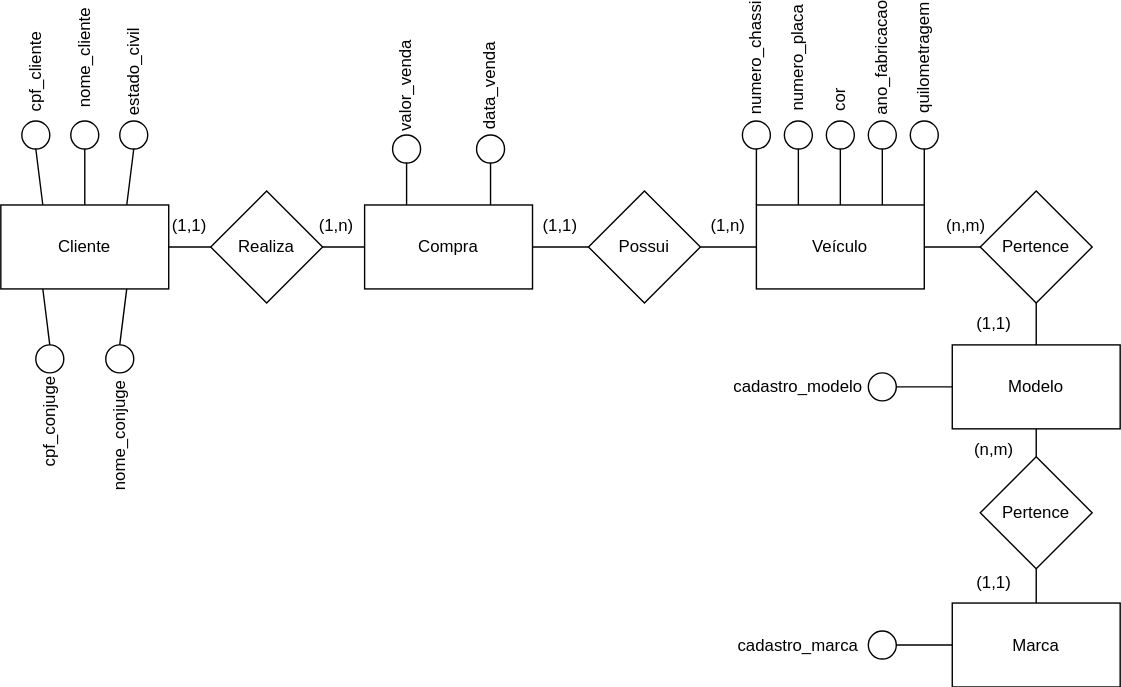
This is Lista2_04-04/Ex1.svg from andreeeeeeeee/Engenharia_Software, a draw.io export, as it was before one commit. Source tidied: cells renumbered, new cells last; positions are measured from the earlier drawing's top-left corner, leaving out a move shared by most shapes. Source of this version:
```xml
<mxGraphModel>
  <root>
    <mxCell id="0" />
    <mxCell id="1" parent="0" />
    <mxCell id="2" value="&lt;div&gt;Veículo&lt;/div&gt;" style="rounded=0;whiteSpace=wrap;html=1;" parent="1" vertex="1">
      <mxGeometry x="545" y="120" width="120" height="60" as="geometry" />
    </mxCell>
    <mxCell id="3" value="Pertence" style="rhombus;whiteSpace=wrap;html=1;" parent="1" vertex="1">
      <mxGeometry x="705" y="110" width="80" height="80" as="geometry" />
    </mxCell>
    <mxCell id="4" value="Marca" style="rounded=0;whiteSpace=wrap;html=1;" parent="1" vertex="1">
      <mxGeometry x="685" y="404.5" width="120" height="60" as="geometry" />
    </mxCell>
    <mxCell id="5" value="Pertence" style="rhombus;whiteSpace=wrap;html=1;" parent="1" vertex="1">
      <mxGeometry x="705" y="300" width="80" height="80" as="geometry" />
    </mxCell>
    <mxCell id="6" value="Modelo" style="rounded=0;whiteSpace=wrap;html=1;" parent="1" vertex="1">
      <mxGeometry x="685" y="220" width="120" height="60" as="geometry" />
    </mxCell>
    <mxCell id="7" style="endArrow=none;html=1;rounded=0;entryX=0;entryY=0.5;entryDx=0;entryDy=0;" parent="1" edge="1" target="3">
      <mxGeometry relative="1" as="geometry">
        <mxPoint x="665" y="150" as="sourcePoint" />
      </mxGeometry>
    </mxCell>
    <mxCell id="8" style="endArrow=none;html=1;rounded=0;exitX=0.5;exitY=0;exitDx=0;exitDy=0;" parent="1" edge="1" source="4">
      <mxGeometry relative="1" as="geometry">
        <mxPoint x="745" y="380" as="targetPoint" />
      </mxGeometry>
    </mxCell>
    <mxCell id="9" style="endArrow=none;html=1;rounded=0;exitX=0.5;exitY=0;exitDx=0;exitDy=0;entryX=0.5;entryY=1;entryDx=0;entryDy=0;" parent="1" edge="1" source="5" target="6">
      <mxGeometry relative="1" as="geometry" />
    </mxCell>
    <mxCell id="10" value="Cliente" style="rounded=0;whiteSpace=wrap;html=1;" parent="1" vertex="1">
      <mxGeometry x="5" y="120" width="120" height="60" as="geometry" />
    </mxCell>
    <mxCell id="11" style="endArrow=none;html=1;rounded=0;exitX=1;exitY=0.5;exitDx=0;exitDy=0;entryX=0;entryY=0.5;entryDx=0;entryDy=0;" parent="1" edge="1" source="10">
      <mxGeometry relative="1" as="geometry">
        <mxPoint x="185" y="150" as="targetPoint" />
      </mxGeometry>
    </mxCell>
    <mxCell id="12" value="Realiza" style="rhombus;whiteSpace=wrap;html=1;" parent="1" vertex="1">
      <mxGeometry x="155" y="110" width="80" height="80" as="geometry" />
    </mxCell>
    <mxCell id="13" value="Compra" style="rounded=0;whiteSpace=wrap;html=1;" parent="1" vertex="1">
      <mxGeometry x="265" y="120" width="120" height="60" as="geometry" />
    </mxCell>
    <mxCell id="14" style="endArrow=none;html=1;rounded=0;exitX=1;exitY=0.5;exitDx=0;exitDy=0;entryX=0;entryY=0.5;entryDx=0;entryDy=0;" parent="1" edge="1" source="12" target="13">
      <mxGeometry relative="1" as="geometry" />
    </mxCell>
    <mxCell id="15" value="Possui" style="rhombus;whiteSpace=wrap;html=1;" parent="1" vertex="1">
      <mxGeometry x="425" y="110" width="80" height="80" as="geometry" />
    </mxCell>
    <mxCell id="16" style="endArrow=none;html=1;rounded=0;exitX=1;exitY=0.5;exitDx=0;exitDy=0;entryX=0;entryY=0.5;entryDx=0;entryDy=0;" parent="1" edge="1" source="13" target="15">
      <mxGeometry relative="1" as="geometry" />
    </mxCell>
    <mxCell id="17" style="endArrow=none;html=1;rounded=0;exitX=1;exitY=0.5;exitDx=0;exitDy=0;entryX=0;entryY=0.5;entryDx=0;entryDy=0;" parent="1" edge="1" source="15" target="2">
      <mxGeometry relative="1" as="geometry" />
    </mxCell>
    <mxCell id="18" style="endArrow=none;html=1;rounded=0;entryX=0.5;entryY=1;entryDx=0;entryDy=0;exitX=0.5;exitY=0;exitDx=0;exitDy=0;" parent="1" edge="1" source="6" target="3">
      <mxGeometry relative="1" as="geometry" />
    </mxCell>
    <mxCell id="19" style="ellipse;whiteSpace=wrap;html=1;" parent="1" vertex="1">
      <mxGeometry x="535" y="60" width="20" height="20" as="geometry" />
    </mxCell>
    <mxCell id="20" style="ellipse;whiteSpace=wrap;html=1;" parent="1" vertex="1">
      <mxGeometry x="565" y="60" width="20" height="20" as="geometry" />
    </mxCell>
    <mxCell id="21" style="ellipse;whiteSpace=wrap;html=1;" parent="1" vertex="1">
      <mxGeometry x="595" y="60" width="20" height="20" as="geometry" />
    </mxCell>
    <mxCell id="22" style="ellipse;whiteSpace=wrap;html=1;" parent="1" vertex="1">
      <mxGeometry x="625" y="60" width="20" height="20" as="geometry" />
    </mxCell>
    <mxCell id="23" style="ellipse;whiteSpace=wrap;html=1;" parent="1" vertex="1">
      <mxGeometry x="655" y="60" width="20" height="20" as="geometry" />
    </mxCell>
    <mxCell id="24" value="numero_chassi" style="text;html=1;strokeColor=none;fillColor=none;align=center;verticalAlign=middle;whiteSpace=wrap;rounded=0;rotation=-90;" parent="1" vertex="1">
      <mxGeometry x="515" width="60" height="30" as="geometry" />
    </mxCell>
    <mxCell id="25" value="&lt;div&gt;numero_placa&lt;/div&gt;" style="text;html=1;strokeColor=none;fillColor=none;align=center;verticalAlign=middle;whiteSpace=wrap;rounded=0;rotation=-90;" parent="1" vertex="1">
      <mxGeometry x="545" width="60" height="30" as="geometry" />
    </mxCell>
    <mxCell id="26" value="cor" style="text;html=1;strokeColor=none;fillColor=none;align=center;verticalAlign=middle;whiteSpace=wrap;rounded=0;rotation=-90;" parent="1" vertex="1">
      <mxGeometry x="575" y="30" width="60" height="30" as="geometry" />
    </mxCell>
    <mxCell id="27" value="ano_fabricacao" style="text;html=1;strokeColor=none;fillColor=none;align=center;verticalAlign=middle;whiteSpace=wrap;rounded=0;rotation=-90;" parent="1" vertex="1">
      <mxGeometry x="605" width="60" height="30" as="geometry" />
    </mxCell>
    <mxCell id="28" value="quilometragem" style="text;html=1;strokeColor=none;fillColor=none;align=center;verticalAlign=middle;whiteSpace=wrap;rounded=0;rotation=-90;" parent="1" vertex="1">
      <mxGeometry x="635" width="60" height="30" as="geometry" />
    </mxCell>
    <mxCell id="29" style="endArrow=none;html=1;rounded=0;entryX=0.5;entryY=1;entryDx=0;entryDy=0;" parent="1" edge="1" target="19">
      <mxGeometry relative="1" as="geometry">
        <mxPoint x="545" y="120" as="sourcePoint" />
        <Array as="points">
          <mxPoint x="545" y="120" />
          <mxPoint x="545" y="100" />
        </Array>
      </mxGeometry>
    </mxCell>
    <mxCell id="30" style="endArrow=none;html=1;rounded=0;entryX=0.5;entryY=1;entryDx=0;entryDy=0;exitX=0.25;exitY=0;exitDx=0;exitDy=0;" parent="1" edge="1" source="2" target="20">
      <mxGeometry relative="1" as="geometry">
        <Array as="points">
          <mxPoint x="575" y="100" />
        </Array>
      </mxGeometry>
    </mxCell>
    <mxCell id="31" style="endArrow=none;html=1;rounded=0;exitX=0.5;exitY=0;exitDx=0;exitDy=0;" parent="1" edge="1" source="2">
      <mxGeometry relative="1" as="geometry">
        <mxPoint x="605" y="80" as="targetPoint" />
      </mxGeometry>
    </mxCell>
    <mxCell id="32" style="endArrow=none;html=1;rounded=0;exitX=0.75;exitY=0;exitDx=0;exitDy=0;entryX=0.5;entryY=1;entryDx=0;entryDy=0;" parent="1" edge="1" source="2" target="22">
      <mxGeometry relative="1" as="geometry">
        <Array as="points">
          <mxPoint x="635" y="100" />
        </Array>
      </mxGeometry>
    </mxCell>
    <mxCell id="33" style="endArrow=none;html=1;rounded=0;exitX=1;exitY=0;exitDx=0;exitDy=0;entryX=0.5;entryY=1;entryDx=0;entryDy=0;" parent="1" edge="1" source="2" target="23">
      <mxGeometry relative="1" as="geometry">
        <Array as="points">
          <mxPoint x="665" y="100" />
        </Array>
      </mxGeometry>
    </mxCell>
    <mxCell id="34" style="ellipse;whiteSpace=wrap;html=1;" parent="1" vertex="1">
      <mxGeometry x="285" y="70" width="20" height="20" as="geometry" />
    </mxCell>
    <mxCell id="35" style="ellipse;whiteSpace=wrap;html=1;" parent="1" vertex="1">
      <mxGeometry x="345" y="70" width="20" height="20" as="geometry" />
    </mxCell>
    <mxCell id="36" value="valor_venda" style="text;html=1;strokeColor=none;fillColor=none;align=center;verticalAlign=middle;whiteSpace=wrap;rounded=0;rotation=270;" parent="1" vertex="1">
      <mxGeometry x="265" y="20" width="60" height="30" as="geometry" />
    </mxCell>
    <mxCell id="37" value="data_venda" style="text;html=1;strokeColor=none;fillColor=none;align=center;verticalAlign=middle;whiteSpace=wrap;rounded=0;rotation=-90;" parent="1" vertex="1">
      <mxGeometry x="325" y="20" width="60" height="30" as="geometry" />
    </mxCell>
    <mxCell id="38" style="endArrow=none;html=1;rounded=0;entryX=0.5;entryY=1;entryDx=0;entryDy=0;exitX=0.25;exitY=0;exitDx=0;exitDy=0;" parent="1" edge="1" source="13" target="34">
      <mxGeometry relative="1" as="geometry" />
    </mxCell>
    <mxCell id="39" style="endArrow=none;html=1;rounded=0;entryX=0.5;entryY=1;entryDx=0;entryDy=0;exitX=0.75;exitY=0;exitDx=0;exitDy=0;" parent="1" edge="1" source="13" target="35">
      <mxGeometry relative="1" as="geometry" />
    </mxCell>
    <mxCell id="40" style="ellipse;whiteSpace=wrap;html=1;" parent="1" vertex="1">
      <mxGeometry x="625" y="240" width="20" height="20" as="geometry" />
    </mxCell>
    <mxCell id="41" value="cadastro_modelo" style="text;html=1;strokeColor=none;fillColor=none;align=center;verticalAlign=middle;whiteSpace=wrap;rounded=0;" parent="1" vertex="1">
      <mxGeometry x="545" y="235" width="60" height="30" as="geometry" />
    </mxCell>
    <mxCell id="42" style="endArrow=none;html=1;rounded=0;exitX=1;exitY=0.5;exitDx=0;exitDy=0;entryX=0;entryY=0.5;entryDx=0;entryDy=0;" parent="1" edge="1" source="40" target="6">
      <mxGeometry relative="1" as="geometry" />
    </mxCell>
    <mxCell id="43" style="ellipse;whiteSpace=wrap;html=1;" parent="1" vertex="1">
      <mxGeometry x="625" y="424.5" width="20" height="20" as="geometry" />
    </mxCell>
    <mxCell id="44" value="cadastro_marca" style="text;html=1;strokeColor=none;fillColor=none;align=center;verticalAlign=middle;whiteSpace=wrap;rounded=0;" parent="1" vertex="1">
      <mxGeometry x="545" y="419.5" width="60" height="30" as="geometry" />
    </mxCell>
    <mxCell id="45" style="endArrow=none;html=1;rounded=0;exitX=1;exitY=0.5;exitDx=0;exitDy=0;entryX=0;entryY=0.5;entryDx=0;entryDy=0;" parent="1" edge="1" source="43" target="4">
      <mxGeometry relative="1" as="geometry" />
    </mxCell>
    <mxCell id="46" style="ellipse;whiteSpace=wrap;html=1;" parent="1" vertex="1">
      <mxGeometry x="20" y="60" width="20" height="20" as="geometry" />
    </mxCell>
    <mxCell id="47" style="ellipse;whiteSpace=wrap;html=1;" parent="1" vertex="1">
      <mxGeometry x="55" y="60" width="20" height="20" as="geometry" />
    </mxCell>
    <mxCell id="48" style="ellipse;whiteSpace=wrap;html=1;" parent="1" vertex="1">
      <mxGeometry x="90" y="60" width="20" height="20" as="geometry" />
    </mxCell>
    <mxCell id="49" style="ellipse;whiteSpace=wrap;html=1;" parent="1" vertex="1">
      <mxGeometry x="30" y="220" width="20" height="20" as="geometry" />
    </mxCell>
    <mxCell id="50" style="ellipse;whiteSpace=wrap;html=1;" parent="1" vertex="1">
      <mxGeometry x="80" y="220" width="20" height="20" as="geometry" />
    </mxCell>
    <mxCell id="51" value="cpf_cliente" style="text;html=1;strokeColor=none;fillColor=none;align=center;verticalAlign=middle;whiteSpace=wrap;rounded=0;rotation=-90;" parent="1" vertex="1">
      <mxGeometry y="10" width="60" height="30" as="geometry" />
    </mxCell>
    <mxCell id="52" value="nome_cliente" style="text;html=1;strokeColor=none;fillColor=none;align=center;verticalAlign=middle;whiteSpace=wrap;rounded=0;rotation=-90;" parent="1" vertex="1">
      <mxGeometry x="35" width="60" height="30" as="geometry" />
    </mxCell>
    <mxCell id="53" value="estado_civil" style="text;html=1;strokeColor=none;fillColor=none;align=center;verticalAlign=middle;whiteSpace=wrap;rounded=0;rotation=-90;" parent="1" vertex="1">
      <mxGeometry x="70" y="10" width="60" height="30" as="geometry" />
    </mxCell>
    <mxCell id="54" style="endArrow=none;html=1;rounded=0;entryX=0.25;entryY=1;entryDx=0;entryDy=0;exitX=0.5;exitY=0;exitDx=0;exitDy=0;" parent="1" edge="1" source="49" target="10">
      <mxGeometry relative="1" as="geometry" />
    </mxCell>
    <mxCell id="55" style="endArrow=none;html=1;rounded=0;entryX=0.75;entryY=1;entryDx=0;entryDy=0;exitX=0.5;exitY=0;exitDx=0;exitDy=0;" parent="1" edge="1" source="50" target="10">
      <mxGeometry relative="1" as="geometry" />
    </mxCell>
    <mxCell id="56" style="endArrow=none;html=1;rounded=0;entryX=0.5;entryY=1;entryDx=0;entryDy=0;exitX=0.25;exitY=0;exitDx=0;exitDy=0;" parent="1" edge="1" source="10" target="46">
      <mxGeometry relative="1" as="geometry" />
    </mxCell>
    <mxCell id="57" style="endArrow=none;html=1;rounded=0;entryX=0.5;entryY=1;entryDx=0;entryDy=0;exitX=0.5;exitY=0;exitDx=0;exitDy=0;" parent="1" edge="1" source="10" target="47">
      <mxGeometry relative="1" as="geometry" />
    </mxCell>
    <mxCell id="58" style="endArrow=none;html=1;rounded=0;entryX=0.5;entryY=1;entryDx=0;entryDy=0;exitX=0.75;exitY=0;exitDx=0;exitDy=0;" parent="1" edge="1" source="10" target="48">
      <mxGeometry relative="1" as="geometry" />
    </mxCell>
    <mxCell id="59" value="cpf_conjuge" style="text;html=1;strokeColor=none;fillColor=none;align=center;verticalAlign=middle;whiteSpace=wrap;rounded=0;rotation=-90;" parent="1" vertex="1">
      <mxGeometry x="10" y="260" width="60" height="30" as="geometry" />
    </mxCell>
    <mxCell id="60" value="nome_conjuge" style="text;html=1;strokeColor=none;fillColor=none;align=center;verticalAlign=middle;whiteSpace=wrap;rounded=0;rotation=-90;" parent="1" vertex="1">
      <mxGeometry x="60" y="270" width="60" height="30" as="geometry" />
    </mxCell>
    <mxCell id="61" value="(1,1)" style="text;html=1;strokeColor=none;fillColor=none;align=center;verticalAlign=middle;whiteSpace=wrap;rounded=0;" parent="1" vertex="1">
      <mxGeometry x="110" y="120" width="60" height="30" as="geometry" />
    </mxCell>
    <mxCell id="62" value="(1,n)" style="text;html=1;strokeColor=none;fillColor=none;align=center;verticalAlign=middle;whiteSpace=wrap;rounded=0;" parent="1" vertex="1">
      <mxGeometry x="215" y="120" width="60" height="30" as="geometry" />
    </mxCell>
    <mxCell id="63" value="(1,1)" style="text;html=1;strokeColor=none;fillColor=none;align=center;verticalAlign=middle;whiteSpace=wrap;rounded=0;" parent="1" vertex="1">
      <mxGeometry x="375" y="120" width="60" height="30" as="geometry" />
    </mxCell>
    <mxCell id="64" value="(1,n)" style="text;html=1;strokeColor=none;fillColor=none;align=center;verticalAlign=middle;whiteSpace=wrap;rounded=0;" parent="1" vertex="1">
      <mxGeometry x="495" y="120" width="60" height="30" as="geometry" />
    </mxCell>
    <mxCell id="65" value="(n,m)" style="text;html=1;strokeColor=none;fillColor=none;align=center;verticalAlign=middle;whiteSpace=wrap;rounded=0;" parent="1" vertex="1">
      <mxGeometry x="665" y="120" width="60" height="30" as="geometry" />
    </mxCell>
    <mxCell id="66" value="&lt;div&gt;(1,1)&lt;/div&gt;" style="text;html=1;strokeColor=none;fillColor=none;align=center;verticalAlign=middle;whiteSpace=wrap;rounded=0;" parent="1" vertex="1">
      <mxGeometry x="685" y="190" width="60" height="30" as="geometry" />
    </mxCell>
    <mxCell id="67" value="(n,m)" style="text;html=1;strokeColor=none;fillColor=none;align=center;verticalAlign=middle;whiteSpace=wrap;rounded=0;" parent="1" vertex="1">
      <mxGeometry x="685" y="280" width="60" height="30" as="geometry" />
    </mxCell>
    <mxCell id="68" value="(1,1)" style="text;html=1;strokeColor=none;fillColor=none;align=center;verticalAlign=middle;whiteSpace=wrap;rounded=0;" parent="1" vertex="1">
      <mxGeometry x="685" y="375" width="60" height="30" as="geometry" />
    </mxCell>
  </root>
</mxGraphModel>
```
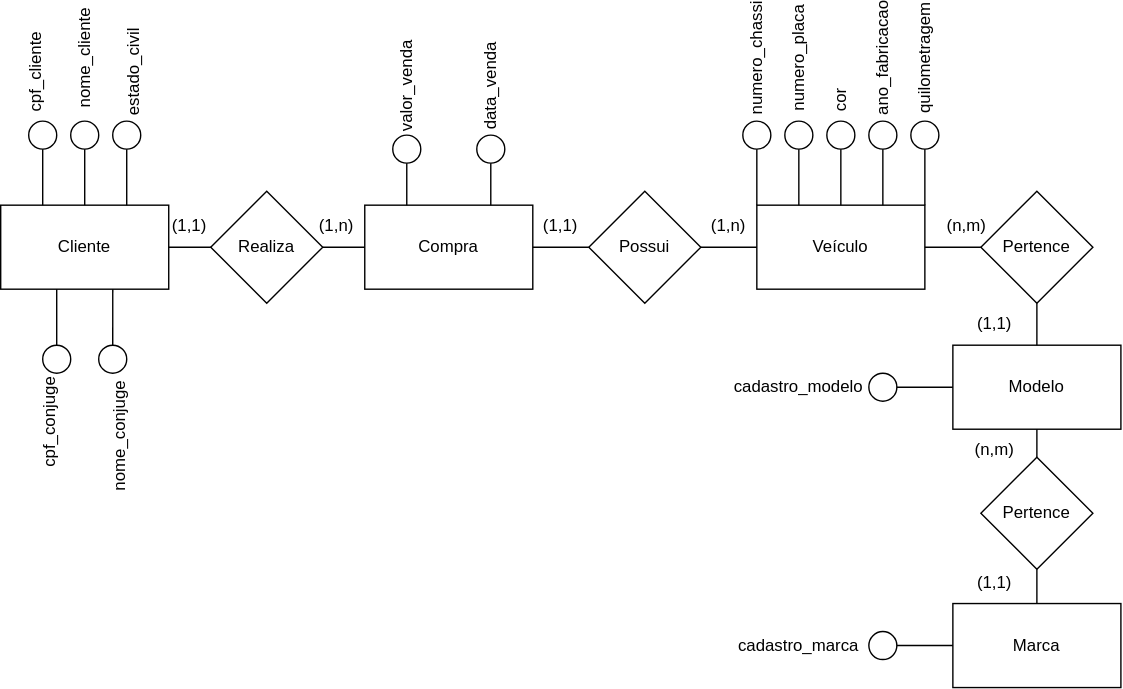
After the change.

What changed in the source:
```diff
@@ -161,19 +161,19 @@
       <mxGeometry relative="1" as="geometry" />
     </mxCell>
     <mxCell id="46" style="ellipse;whiteSpace=wrap;html=1;" parent="1" vertex="1">
-      <mxGeometry x="20" y="60" width="20" height="20" as="geometry" />
+      <mxGeometry x="25" y="60" width="20" height="20" as="geometry" />
     </mxCell>
     <mxCell id="47" style="ellipse;whiteSpace=wrap;html=1;" parent="1" vertex="1">
       <mxGeometry x="55" y="60" width="20" height="20" as="geometry" />
     </mxCell>
     <mxCell id="48" style="ellipse;whiteSpace=wrap;html=1;" parent="1" vertex="1">
-      <mxGeometry x="90" y="60" width="20" height="20" as="geometry" />
+      <mxGeometry x="85" y="60" width="20" height="20" as="geometry" />
     </mxCell>
     <mxCell id="49" style="ellipse;whiteSpace=wrap;html=1;" parent="1" vertex="1">
-      <mxGeometry x="30" y="220" width="20" height="20" as="geometry" />
+      <mxGeometry x="35" y="220" width="20" height="20" as="geometry" />
     </mxCell>
     <mxCell id="50" style="ellipse;whiteSpace=wrap;html=1;" parent="1" vertex="1">
-      <mxGeometry x="80" y="220" width="20" height="20" as="geometry" />
+      <mxGeometry x="75" y="220" width="20" height="20" as="geometry" />
     </mxCell>
     <mxCell id="51" value="cpf_cliente" style="text;html=1;strokeColor=none;fillColor=none;align=center;verticalAlign=middle;whiteSpace=wrap;rounded=0;rotation=-90;" parent="1" vertex="1">
       <mxGeometry y="10" width="60" height="30" as="geometry" />
@@ -184,10 +184,12 @@
     <mxCell id="53" value="estado_civil" style="text;html=1;strokeColor=none;fillColor=none;align=center;verticalAlign=middle;whiteSpace=wrap;rounded=0;rotation=-90;" parent="1" vertex="1">
       <mxGeometry x="70" y="10" width="60" height="30" as="geometry" />
     </mxCell>
-    <mxCell id="54" style="endArrow=none;html=1;rounded=0;entryX=0.25;entryY=1;entryDx=0;entryDy=0;exitX=0.5;exitY=0;exitDx=0;exitDy=0;" parent="1" edge="1" source="49" target="10">
-      <mxGeometry relative="1" as="geometry" />
+    <mxCell id="54" style="endArrow=none;html=1;rounded=0;" parent="1" edge="1" source="49">
+      <mxGeometry relative="1" as="geometry">
+        <mxPoint x="45" y="180" as="targetPoint" />
+      </mxGeometry>
     </mxCell>
-    <mxCell id="55" style="endArrow=none;html=1;rounded=0;entryX=0.75;entryY=1;entryDx=0;entryDy=0;exitX=0.5;exitY=0;exitDx=0;exitDy=0;" parent="1" edge="1" source="50" target="10">
+    <mxCell id="55" style="endArrow=none;html=1;rounded=0;entryX=0.667;entryY=1;entryDx=0;entryDy=0;entryPerimeter=0;" parent="1" edge="1" source="50" target="10">
       <mxGeometry relative="1" as="geometry" />
     </mxCell>
     <mxCell id="56" style="endArrow=none;html=1;rounded=0;entryX=0.5;entryY=1;entryDx=0;entryDy=0;exitX=0.25;exitY=0;exitDx=0;exitDy=0;" parent="1" edge="1" source="10" target="46">
```
